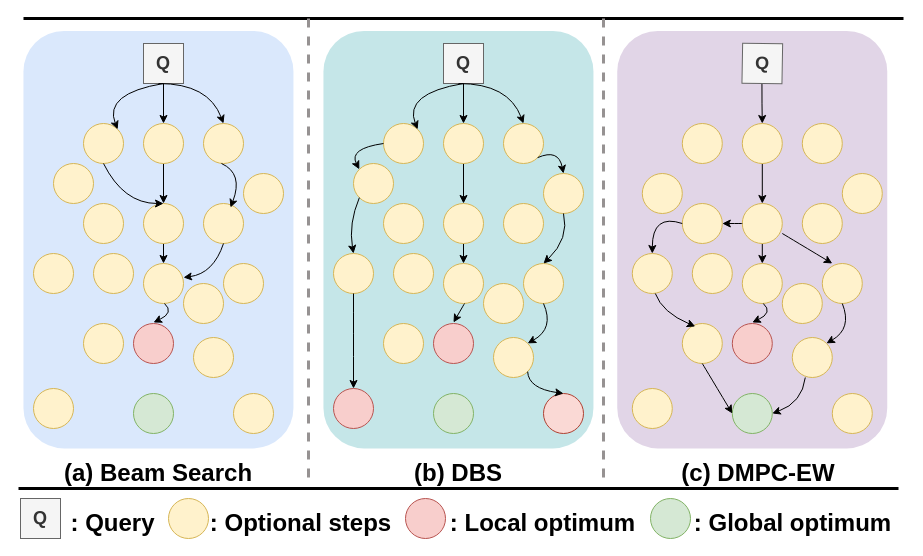
Earlier version of the draw.io diagram drawio_images/Beam_tree_with_MPCR.drawio (zty-king/zty-king). Source tidied: cells renumbered, new cells numbered last; positions are measured from the earlier drawing's top-left corner, leaving out a move shared by most shapes. Both pictures are drawn from the tidied source at 100%, with x=0, y=0 at pixel (-51, 18).
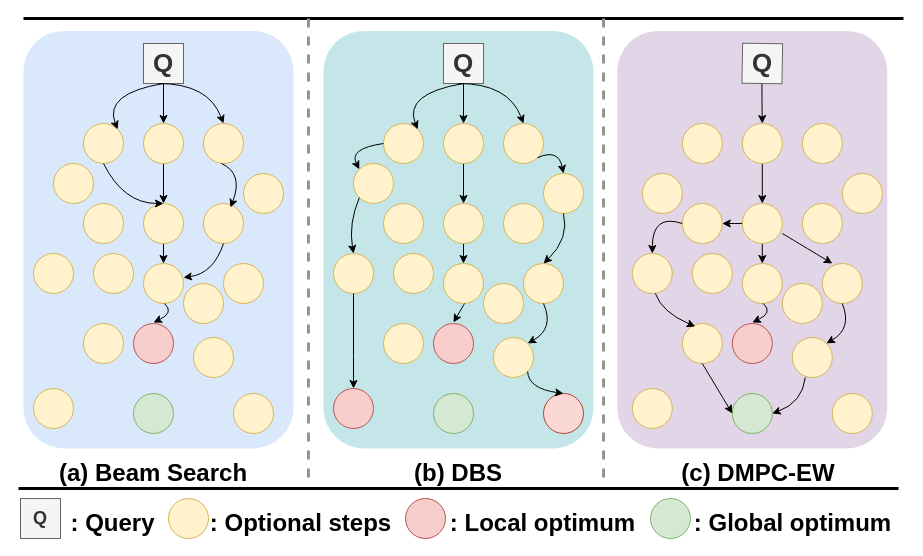
Above is the later version.

Diff of the diagram source:
```diff
@@
-    <mxCell id="15" value="&lt;font style=&quot;font-size: 18px;&quot;&gt;&lt;b&gt;Q&lt;/b&gt;&lt;/font&gt;" style="rounded=0;whiteSpace=wrap;html=1;fillColor=#f5f5f5;fontColor=#333333;strokeColor=#666666;rotation=1;" parent="1" vertex="1">
+    <mxCell id="15" value="&lt;font style=&quot;font-size: 26px;&quot;&gt;&lt;b style=&quot;&quot;&gt;Q&lt;/b&gt;&lt;/font&gt;" style="rounded=0;whiteSpace=wrap;html=1;fillColor=#f5f5f5;fontColor=#333333;strokeColor=#666666;rotation=1;" parent="1" vertex="1">
       <mxGeometry x="792.8" y="25" width="40" height="40" as="geometry" />
     </mxCell>
@@
-    <mxCell id="45" value="&lt;font style=&quot;font-size: 18px;&quot;&gt;&lt;b&gt;Q&lt;/b&gt;&lt;/font&gt;" style="rounded=0;whiteSpace=wrap;html=1;fillColor=#f5f5f5;fontColor=#333333;strokeColor=#666666;rotation=0;" parent="1" vertex="1">
+    <mxCell id="45" value="&lt;font style=&quot;font-size: 26px;&quot;&gt;&lt;b style=&quot;&quot;&gt;Q&lt;/b&gt;&lt;/font&gt;" style="rounded=0;whiteSpace=wrap;html=1;fillColor=#f5f5f5;fontColor=#333333;strokeColor=#666666;rotation=0;" parent="1" vertex="1">
       <mxGeometry x="494" y="25" width="40" height="40" as="geometry" />
     </mxCell>
@@
     <mxCell id="79" value="&lt;span&gt;&lt;font&gt;(a) Beam Search&lt;/font&gt;&lt;/span&gt;" style="text;html=1;whiteSpace=wrap;strokeColor=none;fillColor=none;align=center;verticalAlign=middle;rounded=0;rotation=0;fontSize=24;fontStyle=1;" parent="1" vertex="1">
-      <mxGeometry x="110.2" y="440" width="197.5" height="30" as="geometry" />
+      <mxGeometry x="97.1" y="440" width="213.8" height="30" as="geometry" />
     </mxCell>
@@
-    <mxCell id="84" value="&lt;font style=&quot;font-size: 18px;&quot;&gt;&lt;b&gt;Q&lt;/b&gt;&lt;/font&gt;" style="rounded=0;whiteSpace=wrap;html=1;fillColor=#f5f5f5;fontColor=#333333;strokeColor=#666666;rotation=0;" parent="1" vertex="1">
+    <mxCell id="84" value="&lt;font style=&quot;font-size: 26px;&quot;&gt;&lt;b style=&quot;&quot;&gt;Q&lt;/b&gt;&lt;/font&gt;" style="rounded=0;whiteSpace=wrap;html=1;fillColor=#f5f5f5;fontColor=#333333;strokeColor=#666666;rotation=0;" parent="1" vertex="1">
       <mxGeometry x="194" y="25" width="40" height="40" as="geometry" />
     </mxCell>
```
